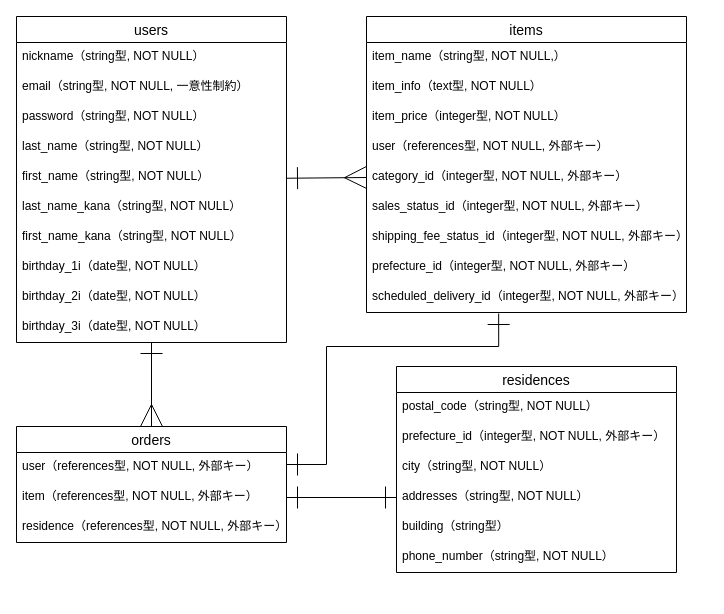
mgno100/furima-38742 keeps this draw.io diagram as test.dio. Above is the earlier version. Source tidied: cells renumbered, new cells numbered last; positions are measured from the earlier drawing's top-left corner, leaving out a move shared by most shapes. Both pictures are drawn from the tidied source at 100%, with x=0, y=0 at pixel (16, 16).
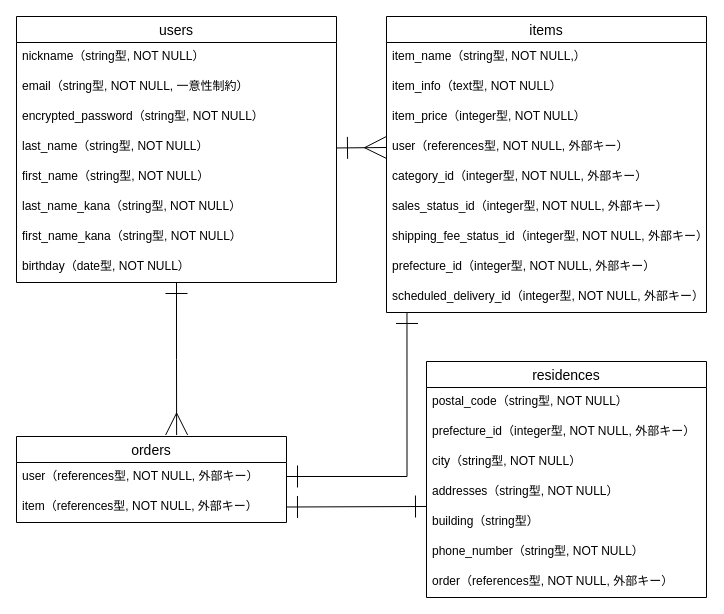
Above is the later version.

Commit message (it also covers changes not shown here):
データベース設計の修正

Unchanged cells that the change refers to:
```xml
<mxCell id="18" value="item（references型, NOT NULL, 外部キー）" style="text;strokeColor=none;fillColor=none;spacingLeft=4;spacingRight=4;overflow=hidden;points=[[0,0.5],[1,0.5]];portConstraint=eastwest;fontSize=12;" parent="16" vertex="1">
  <mxGeometry y="56" width="270" height="30" as="geometry" />
</mxCell>
<mxCell id="24" value="user（references型, NOT NULL, 外部キー）" style="text;strokeColor=none;fillColor=none;spacingLeft=4;spacingRight=4;overflow=hidden;points=[[0,0.5],[1,0.5]];portConstraint=eastwest;fontSize=12;" parent="20" vertex="1">
  <mxGeometry y="116" width="320" height="30" as="geometry" />
</mxCell>
<mxCell id="25" value="category_id（integer型, NOT NULL, 外部キー）" style="text;strokeColor=none;fillColor=none;spacingLeft=4;spacingRight=4;overflow=hidden;points=[[0,0.5],[1,0.5]];portConstraint=eastwest;fontSize=12;" parent="20" vertex="1">
  <mxGeometry y="146" width="320" height="30" as="geometry" />
</mxCell>
<mxCell id="29" value="scheduled_delivery_id（integer型, NOT NULL, 外部キー）" style="text;strokeColor=none;fillColor=none;spacingLeft=4;spacingRight=4;overflow=hidden;points=[[0,0.5],[1,0.5]];portConstraint=eastwest;fontSize=12;" parent="20" vertex="1">
  <mxGeometry y="266" width="320" height="30" as="geometry" />
</mxCell>
<mxCell id="34" value="addresses（string型, NOT NULL）" style="text;strokeColor=none;fillColor=none;spacingLeft=4;spacingRight=4;overflow=hidden;points=[[0,0.5],[1,0.5]];portConstraint=eastwest;fontSize=12;" parent="30" vertex="1">
  <mxGeometry y="116" width="280" height="30" as="geometry" />
</mxCell>
```

What changed in the source:
```diff
@@
+    <mxCell id="3" style="edgeStyle=none;html=1;entryX=0;entryY=0.5;entryDx=0;entryDy=0;startArrow=ERone;startFill=0;endArrow=ERmany;endFill=0;startSize=20;endSize=20;" parent="1" edge="1" source="4" target="24">
+      <mxGeometry relative="1" as="geometry" />
+    </mxCell>
-    <mxCell id="2" style="edgeStyle=none;html=1;entryX=0.5;entryY=0;entryDx=0;entryDy=0;startArrow=ERone;startFill=0;endArrow=ERmany;endFill=0;endSize=20;startSize=20;" parent="1" edge="1" source="4" target="16">
+    <mxCell id="2" style="edgeStyle=orthogonalEdgeStyle;rounded=0;html=1;entryX=0.593;entryY=-0.017;entryDx=0;entryDy=0;entryPerimeter=0;startArrow=ERone;startFill=0;endArrow=ERmany;endFill=0;startSize=20;endSize=20;" parent="1" edge="1" source="4" target="16">
       <mxGeometry relative="1" as="geometry" />
     </mxCell>
-    <mxCell id="3" style="edgeStyle=none;html=1;entryX=0;entryY=0.5;entryDx=0;entryDy=0;startArrow=ERone;startFill=0;endArrow=ERmany;endFill=0;startSize=20;endSize=20;" parent="1" edge="1" source="4" target="25">
-      <mxGeometry relative="1" as="geometry" />
-    </mxCell>
     <mxCell id="4" value="users" style="swimlane;fontStyle=0;horizontal=1;startSize=26;align=center;fontSize=14;" parent="1" vertex="1">
-      <mxGeometry width="270" height="326" as="geometry" />
+      <mxGeometry width="320" height="266" as="geometry" />
     </mxCell>
     <mxCell id="5" value="nickname（string型, NOT NULL）" style="text;strokeColor=none;fillColor=none;spacingLeft=4;spacingRight=4;overflow=hidden;fontSize=12;" parent="4" vertex="1">
-      <mxGeometry y="26" width="270" height="30" as="geometry" />
+      <mxGeometry y="26" width="320" height="30" as="geometry" />
     </mxCell>
     <mxCell id="6" value="email（string型, NOT NULL, 一意性制約）" style="text;strokeColor=none;fillColor=none;spacingLeft=4;spacingRight=4;overflow=hidden;fontSize=12;" parent="4" vertex="1">
-      <mxGeometry y="56" width="270" height="30" as="geometry" />
+      <mxGeometry y="56" width="320" height="30" as="geometry" />
     </mxCell>
-    <mxCell id="7" value="password（string型, NOT NULL）" style="text;strokeColor=none;fillColor=none;spacingLeft=4;spacingRight=4;overflow=hidden;fontSize=12;" parent="4" vertex="1">
-      <mxGeometry y="86" width="270" height="30" as="geometry" />
+    <mxCell id="7" value="encrypted_password（string型, NOT NULL）" style="text;strokeColor=none;fillColor=none;spacingLeft=4;spacingRight=4;overflow=hidden;fontSize=12;" parent="4" vertex="1">
+      <mxGeometry y="86" width="320" height="30" as="geometry" />
     </mxCell>
     <mxCell id="8" value="last_name（string型, NOT NULL）" style="text;strokeColor=none;fillColor=none;spacingLeft=4;spacingRight=4;overflow=hidden;fontSize=12;" parent="4" vertex="1">
-      <mxGeometry y="116" width="270" height="30" as="geometry" />
+      <mxGeometry y="116" width="320" height="30" as="geometry" />
     </mxCell>
     <mxCell id="9" value="first_name（string型, NOT NULL）" style="text;strokeColor=none;fillColor=none;spacingLeft=4;spacingRight=4;overflow=hidden;fontSize=12;" parent="4" vertex="1">
-      <mxGeometry y="146" width="270" height="30" as="geometry" />
+      <mxGeometry y="146" width="320" height="30" as="geometry" />
     </mxCell>
     <mxCell id="10" value="last_name_kana（string型, NOT NULL）" style="text;strokeColor=none;fillColor=none;spacingLeft=4;spacingRight=4;overflow=hidden;fontSize=12;" parent="4" vertex="1">
-      <mxGeometry y="176" width="270" height="30" as="geometry" />
+      <mxGeometry y="176" width="320" height="30" as="geometry" />
     </mxCell>
     <mxCell id="11" value="first_name_kana（string型, NOT NULL）" style="text;strokeColor=none;fillColor=none;spacingLeft=4;spacingRight=4;overflow=hidden;fontSize=12;" parent="4" vertex="1">
-      <mxGeometry y="206" width="270" height="30" as="geometry" />
+      <mxGeometry y="206" width="320" height="30" as="geometry" />
     </mxCell>
-    <mxCell id="12" value="birthday_1i（date型, NOT NULL）" style="text;strokeColor=none;fillColor=none;spacingLeft=4;spacingRight=4;overflow=hidden;fontSize=12;" parent="4" vertex="1">
-      <mxGeometry y="236" width="270" height="30" as="geometry" />
+    <mxCell id="12" value="birthday（date型, NOT NULL）" style="text;strokeColor=none;fillColor=none;spacingLeft=4;spacingRight=4;overflow=hidden;fontSize=12;" parent="4" vertex="1">
+      <mxGeometry y="236" width="320" height="30" as="geometry" />
     </mxCell>
-    <mxCell id="13" value="birthday_2i（date型, NOT NULL）" style="text;strokeColor=none;fillColor=none;spacingLeft=4;spacingRight=4;overflow=hidden;fontSize=12;" parent="4" vertex="1">
-      <mxGeometry y="266" width="270" height="30" as="geometry" />
-    </mxCell>
-    <mxCell id="14" value="birthday_3i（date型, NOT NULL）" style="text;strokeColor=none;fillColor=none;spacingLeft=4;spacingRight=4;overflow=hidden;fontSize=12;" parent="4" vertex="1">
-      <mxGeometry y="296" width="270" height="30" as="geometry" />
-    </mxCell>
-    <mxCell id="15" style="edgeStyle=orthogonalEdgeStyle;rounded=0;html=1;entryX=0.413;entryY=1.033;entryDx=0;entryDy=0;entryPerimeter=0;startArrow=ERone;startFill=0;endArrow=ERone;endFill=0;startSize=20;endSize=20;" parent="1" edge="1" source="16" target="29">
+    <mxCell id="15" style="edgeStyle=orthogonalEdgeStyle;rounded=0;html=1;startArrow=ERone;startFill=0;endArrow=ERone;endFill=0;startSize=20;endSize=20;entryX=0.064;entryY=0.999;entryDx=0;entryDy=0;entryPerimeter=0;" parent="1" edge="1" source="16" target="29">
       <mxGeometry relative="1" as="geometry">
         <Array as="points">
-          <mxPoint x="310" y="448" />
-          <mxPoint x="310" y="330" />
-          <mxPoint x="482" y="330" />
+          <mxPoint x="391" y="460" />
         </Array>
       </mxGeometry>
     </mxCell>
     <mxCell id="16" value="orders" style="swimlane;fontStyle=0;horizontal=1;startSize=26;align=center;fontSize=14;" parent="1" vertex="1">
-      <mxGeometry y="410" width="270" height="116" as="geometry" />
+      <mxGeometry y="420" width="270" height="86" as="geometry" />
     </mxCell>
@@
-    <mxCell id="19" value="residence（references型, NOT NULL, 外部キー）" style="text;strokeColor=none;fillColor=none;spacingLeft=4;spacingRight=4;overflow=hidden;fontSize=12;" parent="16" vertex="1">
-      <mxGeometry y="86" width="270" height="30" as="geometry" />
-    </mxCell>
     <mxCell id="20" value="items" style="swimlane;fontStyle=0;horizontal=1;startSize=26;align=center;fontSize=14;" parent="1" vertex="1">
-      <mxGeometry x="350" width="320" height="296" as="geometry" />
+      <mxGeometry x="370" width="320" height="296" as="geometry" />
     </mxCell>
@@
     <mxCell id="30" value="residences" style="swimlane;fontStyle=0;horizontal=1;startSize=26;align=center;fontSize=14;" parent="1" vertex="1">
-      <mxGeometry x="380" y="350" width="280" height="206" as="geometry" />
+      <mxGeometry x="410" y="345" width="280" height="236" as="geometry" />
     </mxCell>
@@
-    <mxCell id="37" style="edgeStyle=orthogonalEdgeStyle;rounded=0;html=1;entryX=1;entryY=0.5;entryDx=0;entryDy=0;startArrow=ERone;startFill=0;endArrow=ERone;endFill=0;startSize=20;endSize=20;" parent="1" edge="1" source="34" target="18">
-      <mxGeometry relative="1" as="geometry" />
-    </mxCell>
+    <mxCell id="38" value="order（references型, NOT NULL, 外部キー）" style="text;strokeColor=none;fillColor=none;spacingLeft=4;spacingRight=4;overflow=hidden;fontSize=12;" parent="30" vertex="1">
+      <mxGeometry y="206" width="280" height="30" as="geometry" />
+    </mxCell>
+    <mxCell id="39" style="rounded=0;html=1;startArrow=ERone;startFill=0;endArrow=ERone;endFill=0;startSize=20;endSize=20;" parent="1" edge="1" target="18">
+      <mxGeometry relative="1" as="geometry">
+        <mxPoint x="410" y="490" as="sourcePoint" />
+      </mxGeometry>
+    </mxCell>
```
